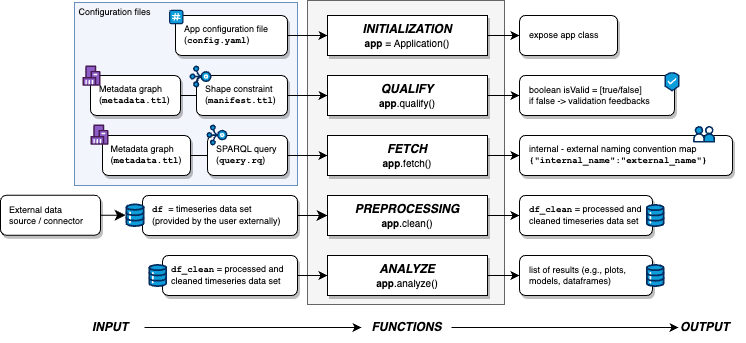
The draw.io diagram docs/img/framework.png in baeda-polito/portable-app-framework, before a commit. Source tidied: cells renumbered, new cells last; positions are measured from the earlier drawing's top-left corner, leaving out a move shared by most shapes.
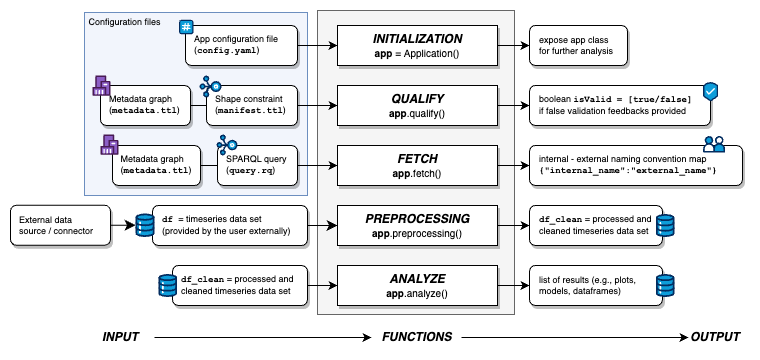
The same diagram one commit later.

Diff of the diagram source:
```diff
@@ -2,6 +2,9 @@
   <root>
     <mxCell id="0" />
     <mxCell id="1" parent="0" />
+    <mxCell id="50" style="rounded=0;whiteSpace=wrap;html=1;fillColor=none;strokeColor=none;" parent="1" vertex="1">
+      <mxGeometry x="-10" y="-10" width="760" height="360" as="geometry" />
+    </mxCell>
     <mxCell id="2" style="rounded=0;whiteSpace=wrap;html=1;fillColor=#F2F5FC;strokeWidth=1;perimeterSpacing=0;shadow=0;glass=0;fontStyle=0;strokeColor=#6c8ebf;fillStyle=auto;" parent="1" vertex="1">
       <mxGeometry x="74" y="2" width="223" height="183" as="geometry" />
     </mxCell>
@@ -29,7 +32,7 @@
     <mxCell id="10" style="edgeStyle=orthogonalEdgeStyle;rounded=0;jettySize=auto;html=1;entryX=0;entryY=0.5;entryDx=0;entryDy=0;fontSize=9;fontFamily=Helvetica;fontColor=#000000;fontStyle=0;" parent="1" edge="1" source="11" target="20">
       <mxGeometry relative="1" as="geometry" />
     </mxCell>
-    <mxCell id="11" value="&lt;div style=&quot;border-color: var(--border-color); font-size: 12px;&quot;&gt;&lt;span style=&quot;background-color: initial; font-size: 12px;&quot;&gt;&lt;b&gt;&lt;i&gt;PREPROCESSING&lt;/i&gt;&lt;/b&gt;&lt;/span&gt;&lt;/div&gt;&lt;div style=&quot;border-color: var(--border-color); font-size: 10px;&quot;&gt;&lt;span style=&quot;background-color: initial;&quot;&gt;&lt;b&gt;app&lt;/b&gt;.&lt;/span&gt;&lt;font style=&quot;background-color: initial; border-color: var(--border-color); font-size: 10px;&quot;&gt;clean()&lt;/font&gt;&lt;/div&gt;" style="rounded=0;whiteSpace=wrap;html=1;spacing=10;verticalAlign=middle;fontSize=12;fontFamily=Helvetica;fontColor=#000000;shadow=1;fontStyle=0;align=center;" parent="1" vertex="1">
+    <mxCell id="11" value="&lt;div style=&quot;border-color: var(--border-color); font-size: 12px;&quot;&gt;&lt;span style=&quot;background-color: initial; font-size: 12px;&quot;&gt;&lt;b&gt;&lt;i&gt;PREPROCESSING&lt;/i&gt;&lt;/b&gt;&lt;/span&gt;&lt;/div&gt;&lt;div style=&quot;border-color: var(--border-color); font-size: 10px;&quot;&gt;&lt;span style=&quot;background-color: initial;&quot;&gt;&lt;b&gt;app&lt;/b&gt;.&lt;/span&gt;&lt;font style=&quot;background-color: initial; border-color: var(--border-color); font-size: 10px;&quot;&gt;preprocessing()&lt;/font&gt;&lt;/div&gt;" style="rounded=0;whiteSpace=wrap;html=1;spacing=10;verticalAlign=middle;fontSize=12;fontFamily=Helvetica;fontColor=#000000;shadow=1;fontStyle=0;align=center;" parent="1" vertex="1">
       <mxGeometry x="327" y="195" width="160" height="40" as="geometry" />
     </mxCell>
     <mxCell id="12" style="edgeStyle=orthogonalEdgeStyle;rounded=0;jettySize=auto;html=1;fontColor=#000000;fontStyle=0;" parent="1" edge="1" source="13" target="23">
@@ -50,8 +53,8 @@
     <mxCell id="17" value="&lt;div style=&quot;border-color: var(--border-color); text-align: left; font-size: 9px;&quot;&gt;Metadata graph (&lt;span style=&quot;background-color: initial;&quot;&gt;&lt;b&gt;&lt;font face=&quot;Courier New&quot;&gt;metadata.ttl&lt;/font&gt;&lt;/b&gt;)&lt;/span&gt;&lt;/div&gt;" style="rounded=1;whiteSpace=wrap;html=1;spacing=10;verticalAlign=middle;fontSize=9;fontFamily=Helvetica;fontColor=#000000;shadow=1;fontStyle=0;" parent="1" vertex="1">
       <mxGeometry x="90" y="75" width="90" height="40" as="geometry" />
     </mxCell>
-    <mxCell id="18" value="&lt;div style=&quot;border-color: var(--border-color); font-size: 9px;&quot;&gt;boolean isValid = [true/false]&lt;/div&gt;&lt;div style=&quot;border-color: var(--border-color); font-size: 9px;&quot;&gt;if false -&amp;gt; validation feedbacks&lt;/div&gt;" style="rounded=1;whiteSpace=wrap;html=1;spacing=10;verticalAlign=middle;fontSize=9;fontFamily=Helvetica;fontColor=#000000;shadow=1;fontStyle=0;align=left;" parent="1" vertex="1">
-      <mxGeometry x="519" y="75" width="155" height="40" as="geometry" />
+    <mxCell id="18" value="&lt;div style=&quot;border-color: var(--border-color); font-size: 9px;&quot;&gt;boolean &lt;font face=&quot;Courier New&quot;&gt;&lt;b&gt;isValid = [true/false]&lt;/b&gt;&lt;/font&gt;&lt;/div&gt;&lt;div style=&quot;border-color: var(--border-color); font-size: 9px;&quot;&gt;if false validation feedbacks provided&lt;/div&gt;" style="rounded=1;whiteSpace=wrap;html=1;spacing=10;verticalAlign=middle;fontSize=9;fontFamily=Helvetica;fontColor=#000000;shadow=1;fontStyle=0;align=left;" parent="1" vertex="1">
+      <mxGeometry x="519" y="75" width="181" height="40" as="geometry" />
     </mxCell>
     <mxCell id="19" value="&lt;div style=&quot;border-color: var(--border-color); font-size: 9px;&quot;&gt;internal - external naming convention map&lt;/div&gt;&lt;div style=&quot;border-color: var(--border-color); font-size: 9px;&quot;&gt;&lt;font face=&quot;Courier New&quot;&gt;&lt;b&gt;{&quot;internal_name&quot;:&quot;external_name&quot;}&lt;/b&gt;&lt;/font&gt;&lt;/div&gt;" style="rounded=1;whiteSpace=wrap;html=1;spacing=10;verticalAlign=middle;fontSize=9;fontFamily=Helvetica;fontColor=#000000;shadow=1;fontStyle=0;align=left;" parent="1" vertex="1">
       <mxGeometry x="519" y="135" width="213" height="40" as="geometry" />
@@ -74,7 +77,7 @@
     <mxCell id="25" value="&lt;div style=&quot;border-color: var(--border-color); text-align: left; font-size: 9px;&quot;&gt;&lt;span style=&quot;&quot;&gt;App configuration file (&lt;/span&gt;&lt;b&gt;&lt;font face=&quot;Courier New&quot;&gt;config.yaml&lt;/font&gt;&lt;/b&gt;&lt;span&gt;)&lt;/span&gt;&lt;/div&gt;" style="rounded=1;whiteSpace=wrap;html=1;spacing=10;verticalAlign=middle;fontSize=9;fontFamily=Helvetica;fontColor=#000000;shadow=1;fontStyle=0;gradientColor=none;" parent="1" vertex="1">
       <mxGeometry x="175" y="15" width="112" height="40" as="geometry" />
     </mxCell>
-    <mxCell id="26" value="&lt;div style=&quot;border-color: var(--border-color); font-size: 9px;&quot;&gt;expose app class&lt;/div&gt;" style="rounded=1;whiteSpace=wrap;html=1;spacing=10;verticalAlign=middle;fontSize=9;fontFamily=Helvetica;fontColor=#000000;shadow=1;fontStyle=0;align=left;" parent="1" vertex="1">
+    <mxCell id="26" value="&lt;div style=&quot;border-color: var(--border-color); font-size: 9px;&quot;&gt;expose app class for further analysis&lt;/div&gt;" style="rounded=1;whiteSpace=wrap;html=1;spacing=10;verticalAlign=middle;fontSize=9;fontFamily=Helvetica;fontColor=#000000;shadow=1;fontStyle=0;align=left;" parent="1" vertex="1">
       <mxGeometry x="519" y="15" width="98" height="40" as="geometry" />
     </mxCell>
     <mxCell id="27" value="&lt;b&gt;&lt;i&gt;OUTPUT&lt;/i&gt;&lt;/b&gt;" style="text;html=1;align=left;verticalAlign=middle;points=[];strokeColor=none;fillColor=none;fontColor=#000000;" parent="1" vertex="1">
@@ -114,7 +117,7 @@
       <mxGeometry x="82" y="65" width="18" height="20.2" as="geometry" />
     </mxCell>
     <mxCell id="39" style="verticalLabelPosition=bottom;html=1;shape=mxgraph.salesforce.privacy;" parent="1" vertex="1">
-      <mxGeometry x="664" y="71.6" width="15" height="19.5" as="geometry" />
+      <mxGeometry x="692.6" y="71.6" width="15" height="19.5" as="geometry" />
     </mxCell>
     <mxCell id="40" style="verticalLabelPosition=bottom;html=1;shape=mxgraph.salesforce.stream;" parent="1" vertex="1">
       <mxGeometry x="206" y="124" width="21" height="21" as="geometry" />
```
